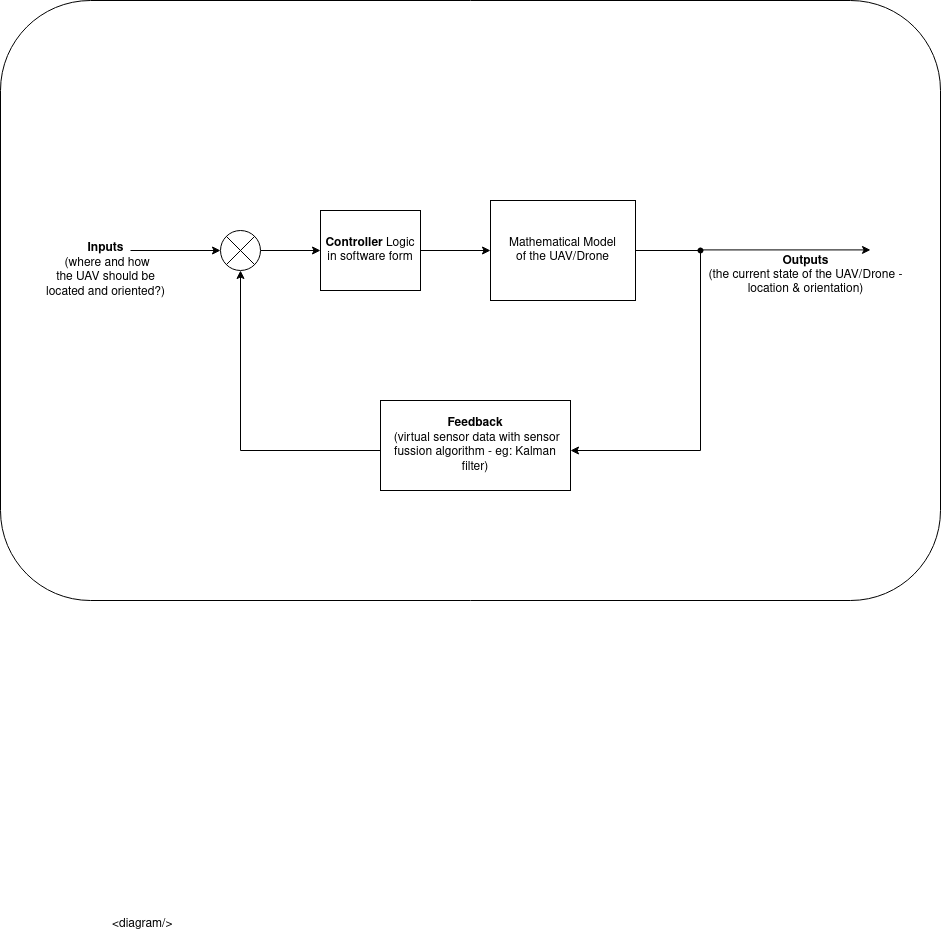
Earlier version of the draw.io export SITL.png (anwarendo/drawings). Source tidied: cells renumbered, new cells last; positions are measured from the earlier drawing's top-left corner, leaving out a move shared by most shapes.
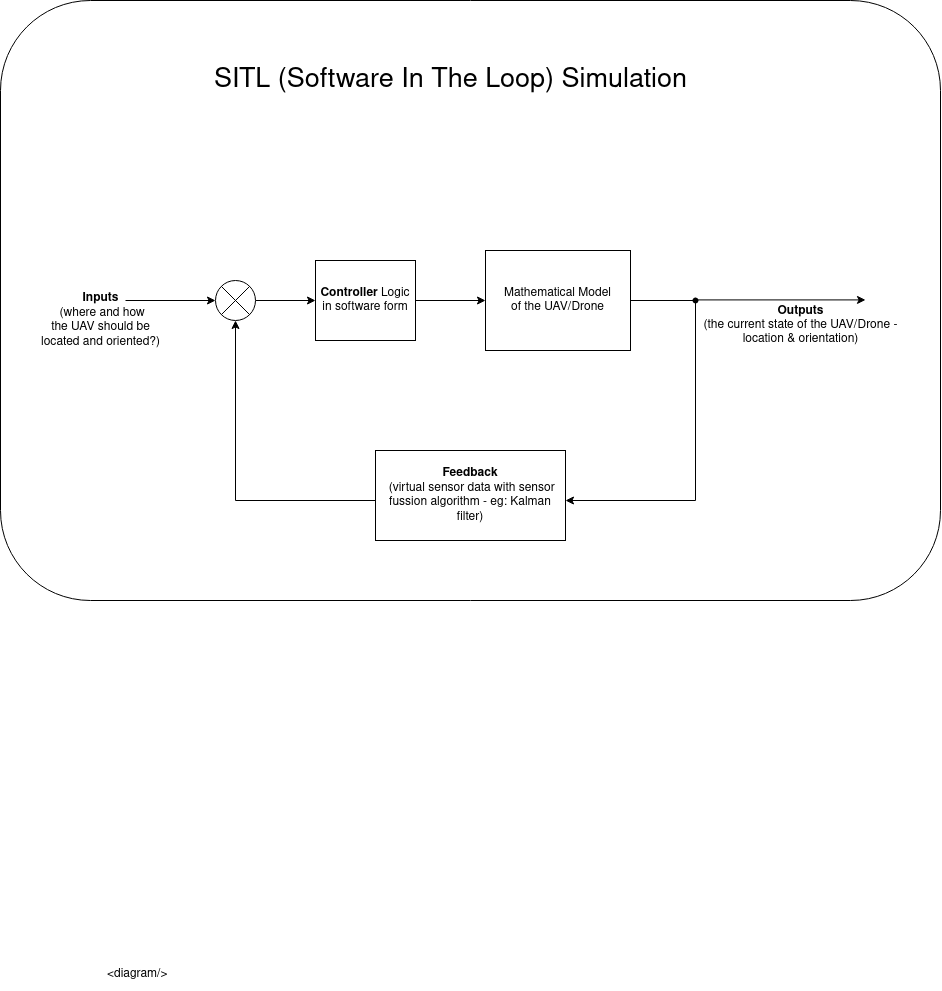
After the commit.

Diff of the diagram source:
```diff
@@ -3,7 +3,7 @@
     <mxCell id="0" />
     <mxCell id="1" parent="0" />
     <mxCell id="2" style="rounded=1;whiteSpace=wrap;html=1;" parent="1" vertex="1">
-      <mxGeometry width="940" height="600" as="geometry" />
+      <mxGeometry x="5" y="-50" width="940" height="600" as="geometry" />
     </mxCell>
     <mxCell id="3" style="edgeStyle=orthogonalEdgeStyle;rounded=0;jettySize=auto;html=1;exitX=1;exitY=0.5;exitDx=0;exitDy=0;" parent="1" edge="1" source="9" target="6">
       <mxGeometry relative="1" as="geometry" />
@@ -67,5 +67,8 @@
     <mxCell id="17" value="&amp;lt;diagram/&amp;gt;" style="text;whiteSpace=wrap;html=1;" parent="1" vertex="1">
       <mxGeometry x="110" y="910" width="90" height="30" as="geometry" />
     </mxCell>
+    <mxCell id="18" value="SITL (Software In The Loop) Simulation " style="text;html=1;align=center;verticalAlign=middle;strokeColor=none;fillColor=none;fontSize=27;" parent="1" vertex="1">
+      <mxGeometry x="210" y="10" width="490" height="40" as="geometry" />
+    </mxCell>
   </root>
 </mxGraphModel>
```
